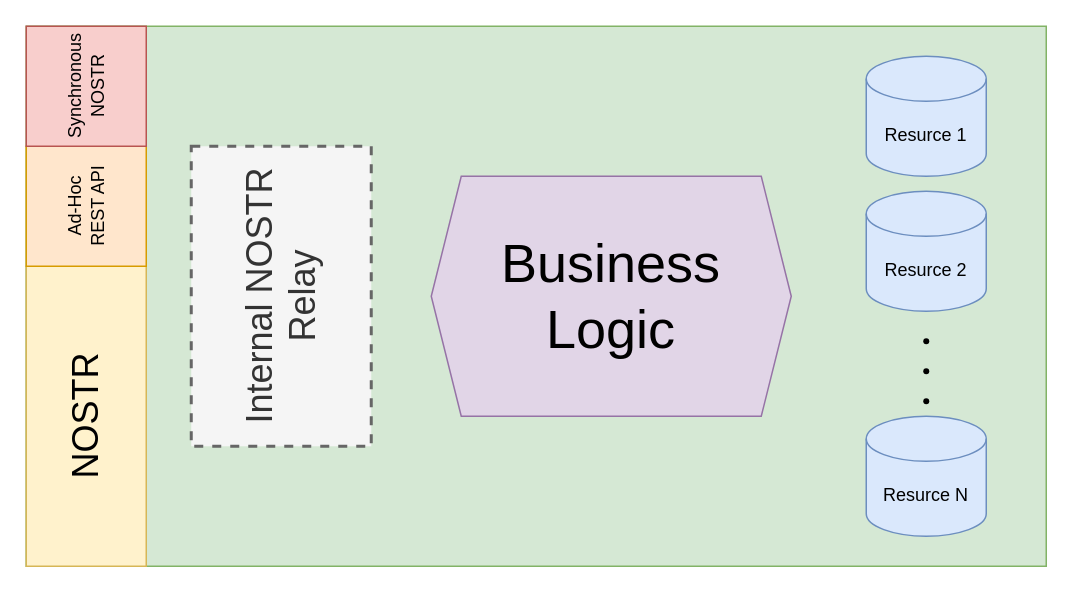
Earlier version of the draw.io diagram assets/module-architecture.drawio (lawalletio/wallet-docs). Source tidied: cells renumbered, new cells numbered last; positions are measured from the earlier drawing's top-left corner, leaving out a move shared by most shapes. Both pictures are drawn from the tidied source at 150%, with x=0, y=0 at pixel (26, 26).
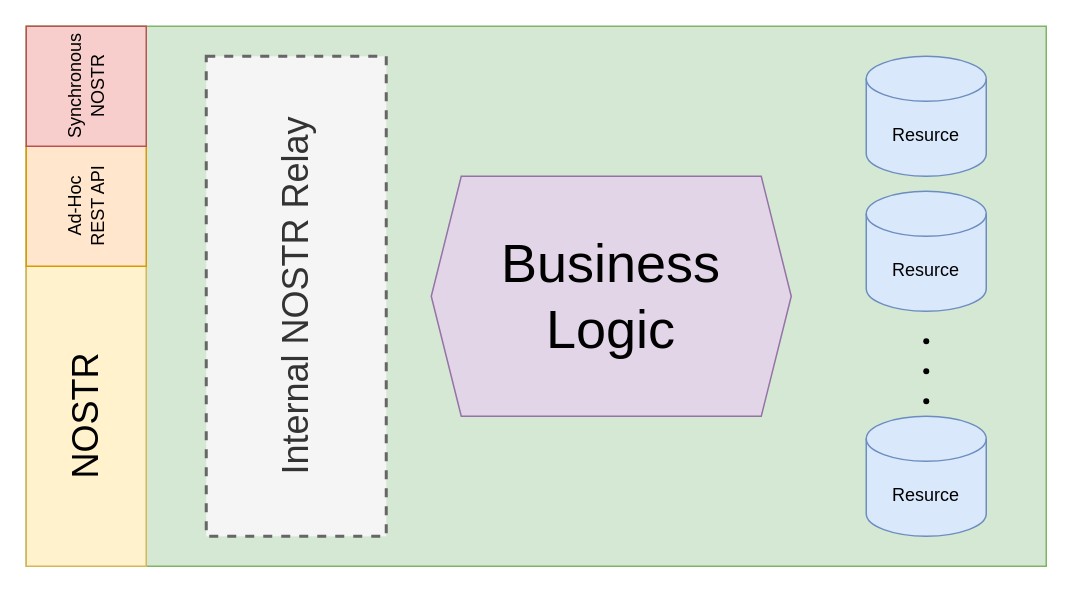
Above is the later version.

Change to the diagram source:
```diff
@@
 <mxGraphModel>
   <root>
     <mxCell id="0" />
     <mxCell id="1" parent="0" />
     <mxCell id="2" style="rounded=0;whiteSpace=wrap;html=1;fillColor=#d5e8d4;strokeColor=#82b366;" parent="1" vertex="1">
       <mxGeometry width="680" height="360" as="geometry" />
     </mxCell>
     <mxCell id="3" value="&lt;font style=&quot;font-size: 24px;&quot;&gt;NOSTR&lt;/font&gt;" style="rounded=0;whiteSpace=wrap;html=1;horizontal=0;fillColor=#fff2cc;strokeColor=#d6b656;" parent="1" vertex="1">
       <mxGeometry y="160" width="80" height="200" as="geometry" />
     </mxCell>
     <mxCell id="4" value="Ad-Hoc&lt;br&gt;REST API" style="rounded=0;whiteSpace=wrap;html=1;horizontal=0;fillColor=#ffe6cc;strokeColor=#d79b00;" parent="1" vertex="1">
       <mxGeometry y="80" width="80" height="80" as="geometry" />
     </mxCell>
     <mxCell id="5" value="Synchronous&lt;br&gt;NOSTR" style="rounded=0;whiteSpace=wrap;html=1;horizontal=0;fillColor=#f8cecc;strokeColor=#b85450;" parent="1" vertex="1">
       <mxGeometry width="80" height="80" as="geometry" />
     </mxCell>
-    <mxCell id="6" value="Resurce 1" style="shape=cylinder3;whiteSpace=wrap;html=1;boundedLbl=1;backgroundOutline=1;size=15;fillColor=#dae8fc;strokeColor=#6c8ebf;" parent="1" vertex="1">
+    <mxCell id="6" value="Resurce" style="shape=cylinder3;whiteSpace=wrap;html=1;boundedLbl=1;backgroundOutline=1;size=15;fillColor=#dae8fc;strokeColor=#6c8ebf;" parent="1" vertex="1">
       <mxGeometry x="560" y="20" width="80" height="80" as="geometry" />
     </mxCell>
     <mxCell id="7" value="&lt;font style=&quot;font-size: 24px;&quot;&gt;Internal NOSTR Relay&lt;/font&gt;" style="rounded=0;whiteSpace=wrap;html=1;horizontal=0;dashed=1;strokeWidth=2;fillColor=#f5f5f5;fontColor=#333333;strokeColor=#666666;" parent="1" vertex="1">
-      <mxGeometry x="110" y="80" width="120" height="200" as="geometry" />
+      <mxGeometry x="120" y="20" width="120" height="320" as="geometry" />
     </mxCell>
     <mxCell id="8" value="&lt;font style=&quot;font-size: 36px;&quot;&gt;Business&lt;br&gt;Logic&lt;/font&gt;" style="shape=hexagon;perimeter=hexagonPerimeter2;whiteSpace=wrap;html=1;fixedSize=1;fillColor=#e1d5e7;strokeColor=#9673a6;" parent="1" vertex="1">
       <mxGeometry x="270" y="100" width="240" height="160" as="geometry" />
     </mxCell>
-    <mxCell id="9" value="Resurce 2" style="shape=cylinder3;whiteSpace=wrap;html=1;boundedLbl=1;backgroundOutline=1;size=15;fillColor=#dae8fc;strokeColor=#6c8ebf;" parent="1" vertex="1">
+    <mxCell id="9" value="Resurce" style="shape=cylinder3;whiteSpace=wrap;html=1;boundedLbl=1;backgroundOutline=1;size=15;fillColor=#dae8fc;strokeColor=#6c8ebf;" parent="1" vertex="1">
       <mxGeometry x="560" y="110" width="80" height="80" as="geometry" />
     </mxCell>
-    <mxCell id="10" value="Resurce N" style="shape=cylinder3;whiteSpace=wrap;html=1;boundedLbl=1;backgroundOutline=1;size=15;fillColor=#dae8fc;strokeColor=#6c8ebf;" parent="1" vertex="1">
+    <mxCell id="10" value="Resurce" style="shape=cylinder3;whiteSpace=wrap;html=1;boundedLbl=1;backgroundOutline=1;size=15;fillColor=#dae8fc;strokeColor=#6c8ebf;" parent="1" vertex="1">
       <mxGeometry x="560" y="260" width="80" height="80" as="geometry" />
     </mxCell>
     <mxCell id="11" style="shape=waypoint;sketch=0;fillStyle=solid;size=6;fillColor=none;perimeter=centerPerimeter;strokeWidth=0;" parent="1" vertex="1">
       <mxGeometry x="590" y="200" width="20" height="20" as="geometry" />
     </mxCell>
     <mxCell id="12" style="shape=waypoint;sketch=0;fillStyle=solid;size=6;fillColor=none;perimeter=centerPerimeter;strokeWidth=0;" parent="1" vertex="1">
       <mxGeometry x="590" y="220" width="20" height="20" as="geometry" />
     </mxCell>
     <mxCell id="13" style="shape=waypoint;sketch=0;fillStyle=solid;size=6;fillColor=none;perimeter=centerPerimeter;strokeWidth=0;" parent="1" vertex="1">
       <mxGeometry x="590" y="240" width="20" height="20" as="geometry" />
     </mxCell>
   </root>
 </mxGraphModel>
```
